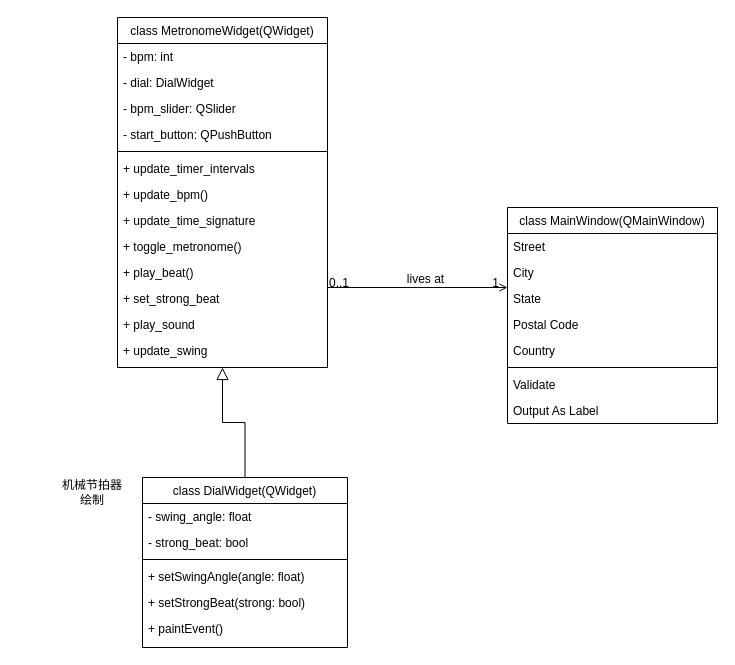
Above: piano.drawio in peng-na/draw.io_pic (draw.io), before the change. Source tidied: cells renumbered, new cells numbered last; positions are measured from the earlier drawing's top-left corner, leaving out a move shared by most shapes. Both pictures are drawn from the tidied source at 100%, with x=0, y=0 at pixel (57, 17).
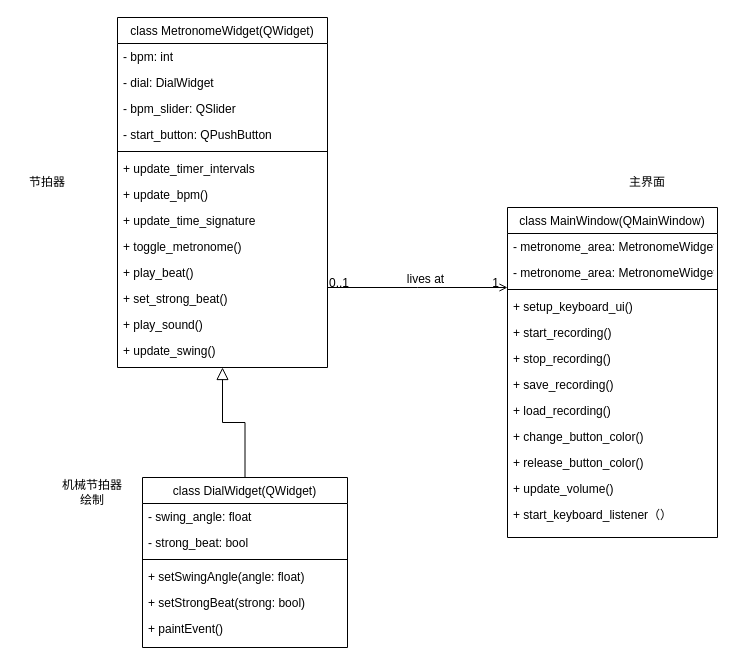
Above is the later version.

Unchanged cells that the change refers to:
```xml
<mxCell id="2" value="class MetronomeWidget(QWidget)" style="swimlane;fontStyle=0;align=center;verticalAlign=top;horizontal=1;startSize=26;rounded=0;shadow=0;strokeWidth=1;" parent="1" vertex="1">
  <mxGeometry x="60" width="210" height="350" as="geometry" />
</mxCell>
```

The edit, as a diff of the source:
```diff
@@
-    <mxCell id="13" value="+ set_strong_beat" style="text;align=left;verticalAlign=top;spacingLeft=4;spacingRight=4;overflow=hidden;" parent="2" vertex="1">
+    <mxCell id="13" value="+ set_strong_beat()" style="text;align=left;verticalAlign=top;spacingLeft=4;spacingRight=4;overflow=hidden;" parent="2" vertex="1">
       <mxGeometry y="268" width="210" height="26" as="geometry" />
     </mxCell>
-    <mxCell id="14" value="+ play_sound" style="text;align=left;verticalAlign=top;spacingLeft=4;spacingRight=4;overflow=hidden;" parent="2" vertex="1">
+    <mxCell id="14" value="+ play_sound()" style="text;align=left;verticalAlign=top;spacingLeft=4;spacingRight=4;overflow=hidden;" parent="2" vertex="1">
       <mxGeometry y="294" width="210" height="26" as="geometry" />
     </mxCell>
-    <mxCell id="15" value="+ update_swing" style="text;align=left;verticalAlign=top;spacingLeft=4;spacingRight=4;overflow=hidden;" parent="2" vertex="1">
+    <mxCell id="15" value="+ update_swing()" style="text;align=left;verticalAlign=top;spacingLeft=4;spacingRight=4;overflow=hidden;" parent="2" vertex="1">
       <mxGeometry y="320" width="210" height="26" as="geometry" />
     </mxCell>
@@
     <mxCell id="24" value="class MainWindow(QMainWindow)" style="swimlane;fontStyle=0;align=center;verticalAlign=top;horizontal=1;startSize=26;rounded=0;shadow=0;strokeWidth=1;" parent="1" vertex="1">
-      <mxGeometry x="450" y="190" width="210" height="216" as="geometry" />
+      <mxGeometry x="450" y="190" width="210" height="330" as="geometry" />
     </mxCell>
-    <mxCell id="25" value="Street" style="text;align=left;verticalAlign=top;spacingLeft=4;spacingRight=4;overflow=hidden;" parent="24" vertex="1">
+    <mxCell id="25" value="- metronome_area: MetronomeWidget" style="text;align=left;verticalAlign=top;spacingLeft=4;spacingRight=4;overflow=hidden;" parent="24" vertex="1">
       <mxGeometry y="26" width="210" height="26" as="geometry" />
     </mxCell>
-    <mxCell id="26" value="City" style="text;align=left;verticalAlign=top;spacingLeft=4;spacingRight=4;overflow=hidden;rounded=0;shadow=0;html=0;" parent="24" vertex="1">
+    <mxCell id="26" value="- metronome_area: MetronomeWidget" style="text;align=left;verticalAlign=top;spacingLeft=4;spacingRight=4;overflow=hidden;rounded=0;shadow=0;html=0;" parent="24" vertex="1">
       <mxGeometry y="52" width="210" height="26" as="geometry" />
     </mxCell>
-    <mxCell id="27" value="State" style="text;align=left;verticalAlign=top;spacingLeft=4;spacingRight=4;overflow=hidden;rounded=0;shadow=0;html=0;" parent="24" vertex="1">
-      <mxGeometry y="78" width="210" height="26" as="geometry" />
-    </mxCell>
-    <mxCell id="28" value="Postal Code" style="text;align=left;verticalAlign=top;spacingLeft=4;spacingRight=4;overflow=hidden;rounded=0;shadow=0;html=0;" parent="24" vertex="1">
-      <mxGeometry y="104" width="210" height="26" as="geometry" />
-    </mxCell>
-    <mxCell id="29" value="Country" style="text;align=left;verticalAlign=top;spacingLeft=4;spacingRight=4;overflow=hidden;rounded=0;shadow=0;html=0;" parent="24" vertex="1">
-      <mxGeometry y="130" width="210" height="26" as="geometry" />
-    </mxCell>
     <mxCell id="30" style="line;html=1;strokeWidth=1;align=left;verticalAlign=middle;spacingTop=-1;spacingLeft=3;spacingRight=3;labelPosition=right;" parent="24" vertex="1">
-      <mxGeometry y="156" width="210" height="8" as="geometry" />
+      <mxGeometry y="78" width="210" height="8" as="geometry" />
     </mxCell>
-    <mxCell id="31" value="Validate" style="text;align=left;verticalAlign=top;spacingLeft=4;spacingRight=4;overflow=hidden;" parent="24" vertex="1">
-      <mxGeometry y="164" width="210" height="26" as="geometry" />
+    <mxCell id="31" value="+ setup_keyboard_ui()" style="text;align=left;verticalAlign=top;spacingLeft=4;spacingRight=4;overflow=hidden;" parent="24" vertex="1">
+      <mxGeometry y="86" width="210" height="26" as="geometry" />
     </mxCell>
-    <mxCell id="32" value="Output As Label" style="text;align=left;verticalAlign=top;spacingLeft=4;spacingRight=4;overflow=hidden;" parent="24" vertex="1">
-      <mxGeometry y="190" width="210" height="26" as="geometry" />
+    <mxCell id="32" value="+ start_recording()" style="text;align=left;verticalAlign=top;spacingLeft=4;spacingRight=4;overflow=hidden;" parent="24" vertex="1">
+      <mxGeometry y="112" width="210" height="26" as="geometry" />
     </mxCell>
+    <mxCell id="38" value="+ stop_recording()" style="text;align=left;verticalAlign=top;spacingLeft=4;spacingRight=4;overflow=hidden;" parent="24" vertex="1">
+      <mxGeometry y="138" width="210" height="26" as="geometry" />
+    </mxCell>
+    <mxCell id="39" value="+ save_recording()" style="text;align=left;verticalAlign=top;spacingLeft=4;spacingRight=4;overflow=hidden;" parent="24" vertex="1">
+      <mxGeometry y="164" width="210" height="26" as="geometry" />
+    </mxCell>
+    <mxCell id="40" value="+ load_recording()" style="text;align=left;verticalAlign=top;spacingLeft=4;spacingRight=4;overflow=hidden;" parent="24" vertex="1">
+      <mxGeometry y="190" width="210" height="26" as="geometry" />
+    </mxCell>
+    <mxCell id="41" value="+ change_button_color()" style="text;align=left;verticalAlign=top;spacingLeft=4;spacingRight=4;overflow=hidden;" parent="24" vertex="1">
+      <mxGeometry y="216" width="210" height="26" as="geometry" />
+    </mxCell>
+    <mxCell id="42" value="+ release_button_color()" style="text;align=left;verticalAlign=top;spacingLeft=4;spacingRight=4;overflow=hidden;" parent="24" vertex="1">
+      <mxGeometry y="242" width="210" height="26" as="geometry" />
+    </mxCell>
+    <mxCell id="43" value="+ update_volume()" style="text;align=left;verticalAlign=top;spacingLeft=4;spacingRight=4;overflow=hidden;" parent="24" vertex="1">
+      <mxGeometry y="268" width="210" height="26" as="geometry" />
+    </mxCell>
+    <mxCell id="44" value="+ start_keyboard_listener（）" style="text;align=left;verticalAlign=top;spacingLeft=4;spacingRight=4;overflow=hidden;" parent="24" vertex="1">
+      <mxGeometry y="294" width="210" height="26" as="geometry" />
+    </mxCell>
@@
+    <mxCell id="45" value="节拍器" style="text;html=1;align=center;verticalAlign=middle;whiteSpace=wrap;rounded=0;" parent="1" vertex="1">
+      <mxGeometry x="-40" y="150" width="60" height="30" as="geometry" />
+    </mxCell>
+    <mxCell id="46" value="主界面" style="text;html=1;align=center;verticalAlign=middle;whiteSpace=wrap;rounded=0;" parent="1" vertex="1">
+      <mxGeometry x="560" y="150" width="60" height="30" as="geometry" />
+    </mxCell>
```
